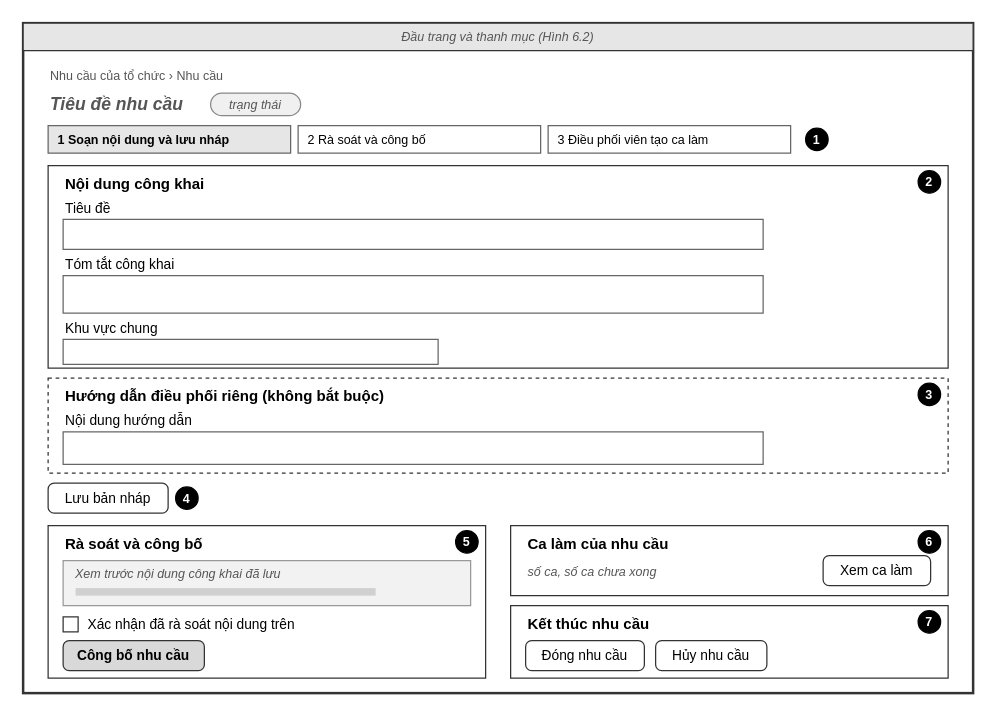
The draw.io diagram docs/giao_dien/drawio/M07_Nhu_cau.drawio in kanishere55/OOSD_NenTangDieuPhoi_TNV, before the edit. Source tidied: cells renumbered, new cells numbered last; positions are measured from the earlier drawing's top-left corner, leaving out a move shared by most shapes. Both pictures are drawn from the tidied source at 125%, with x=0, y=0 at pixel (22, 22).
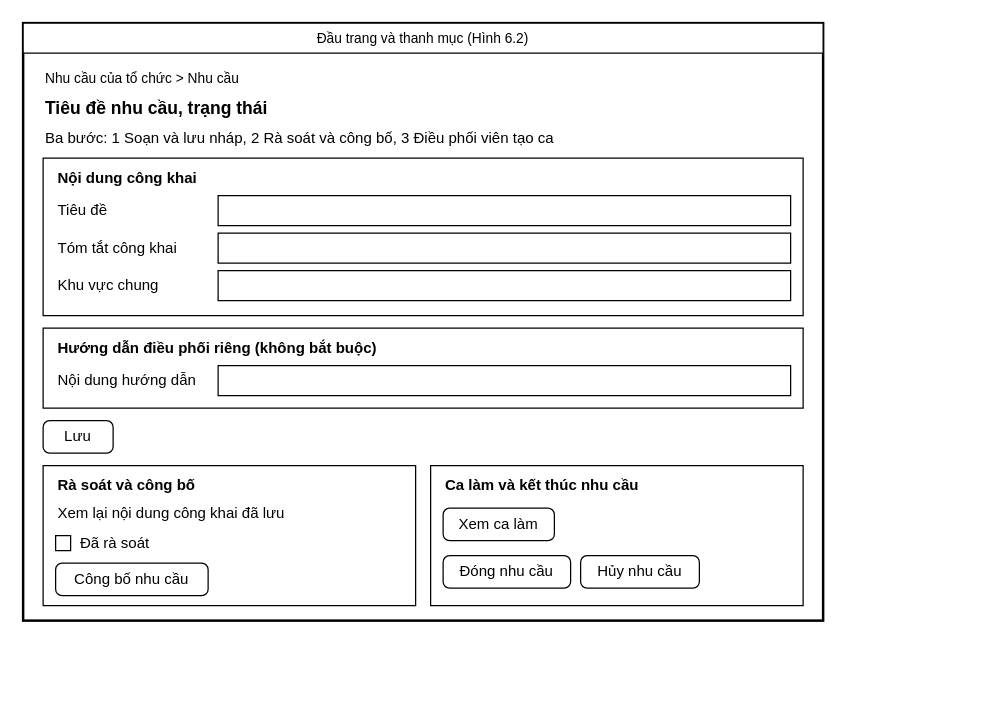
The same diagram, later.

The edit, as a diff of the source:
```diff
@@
-    <mxCell id="2" style="rounded=0;whiteSpace=wrap;html=1;fillColor=#ffffff;strokeColor=#333333;strokeWidth=2;" parent="1" vertex="1">
-      <mxGeometry width="760" height="536" as="geometry" />
+    <mxCell id="2" style="rounded=0;whiteSpace=wrap;html=1;fillColor=#ffffff;strokeColor=#000000;strokeWidth=2;" parent="1" vertex="1">
+      <mxGeometry width="640" height="478" as="geometry" />
     </mxCell>
-    <mxCell id="3" value="Đầu trang và thanh mục (Hình 6.2)" style="rounded=0;whiteSpace=wrap;html=1;fillColor=#e6e6e6;strokeColor=#333333;fontSize=10;fontStyle=2;fontColor=#555555;" parent="1" vertex="1">
-      <mxGeometry width="760" height="22" as="geometry" />
+    <mxCell id="3" value="Đầu trang và thanh mục (Hình 6.2)" style="rounded=0;whiteSpace=wrap;html=1;fillColor=#ffffff;strokeColor=#000000;fontColor=#000000;fontSize=11;align=center;" parent="1" vertex="1">
+      <mxGeometry width="640" height="24" as="geometry" />
     </mxCell>
-    <mxCell id="4" value="Nhu cầu của tổ chức  ›  Nhu cầu" style="text;html=1;strokeColor=none;fillColor=none;align=left;verticalAlign=middle;whiteSpace=wrap;rounded=0;fontSize=10;fontStyle=0;fontColor=#555555;" parent="1" vertex="1">
-      <mxGeometry x="20" y="34" width="500" height="16" as="geometry" />
+    <mxCell id="4" value="Nhu cầu của tổ chức &gt; Nhu cầu" style="text;html=1;strokeColor=none;fillColor=none;whiteSpace=wrap;verticalAlign=middle;fontColor=#000000;align=left;fontSize=11;fontStyle=0;" parent="1" vertex="1">
+      <mxGeometry x="16" y="34" width="400" height="20" as="geometry" />
     </mxCell>
-    <mxCell id="5" value="Tiêu đề nhu cầu" style="text;html=1;strokeColor=none;fillColor=none;align=left;verticalAlign=middle;whiteSpace=wrap;rounded=0;fontSize=14;fontStyle=3;fontColor=#555555;" parent="1" vertex="1">
-      <mxGeometry x="20" y="54" width="260" height="22" as="geometry" />
+    <mxCell id="5" value="Tiêu đề nhu cầu, trạng thái" style="text;html=1;strokeColor=none;fillColor=none;whiteSpace=wrap;verticalAlign=middle;fontColor=#000000;align=left;fontSize=14;fontStyle=1;" parent="1" vertex="1">
+      <mxGeometry x="16" y="56" width="400" height="24" as="geometry" />
     </mxCell>
-    <mxCell id="6" value="trạng thái" style="rounded=1;arcSize=50;whiteSpace=wrap;html=1;fontSize=10;fontStyle=2;fontColor=#555555;fillColor=#f0f0f0;strokeColor=#888888;" parent="1" vertex="1">
-      <mxGeometry x="150" y="56" width="72" height="18" as="geometry" />
+    <mxCell id="6" value="Ba bước: 1 Soạn và lưu nháp, 2 Rà soát và công bố, 3 Điều phối viên tạo ca" style="text;html=1;strokeColor=none;fillColor=none;whiteSpace=wrap;verticalAlign=middle;fontColor=#000000;align=left;fontSize=12;fontStyle=0;" parent="1" vertex="1">
+      <mxGeometry x="16" y="82" width="600" height="20" as="geometry" />
     </mxCell>
-    <mxCell id="7" style="rounded=0;arcSize=8;whiteSpace=wrap;html=1;fillColor=#e6e6e6;strokeColor=#666666;" parent="1" vertex="1">
-      <mxGeometry x="20" y="82" width="194" height="22" as="geometry" />
+    <mxCell id="7" style="rounded=0;whiteSpace=wrap;html=1;fillColor=#ffffff;strokeColor=#000000;fontColor=#000000;fontSize=12;align=center;" parent="1" vertex="1">
+      <mxGeometry x="16" y="108" width="608" height="126" as="geometry" />
     </mxCell>
-    <mxCell id="8" value="1  Soạn nội dung và lưu nháp" style="text;html=1;strokeColor=none;fillColor=none;align=left;verticalAlign=middle;whiteSpace=wrap;rounded=0;fontSize=10;fontStyle=1;fontColor=#000000;" parent="1" vertex="1">
-      <mxGeometry x="26" y="84" width="186" height="18" as="geometry" />
+    <mxCell id="8" value="Nội dung công khai" style="text;html=1;strokeColor=none;fillColor=none;whiteSpace=wrap;verticalAlign=middle;fontColor=#000000;align=left;fontSize=12;fontStyle=1;" parent="1" vertex="1">
+      <mxGeometry x="26" y="114" width="300" height="20" as="geometry" />
     </mxCell>
-    <mxCell id="9" style="rounded=0;arcSize=8;whiteSpace=wrap;html=1;fillColor=#ffffff;strokeColor=#666666;" parent="1" vertex="1">
-      <mxGeometry x="220" y="82" width="194" height="22" as="geometry" />
+    <mxCell id="9" value="Tiêu đề" style="text;html=1;strokeColor=none;fillColor=none;whiteSpace=wrap;verticalAlign=middle;fontColor=#000000;align=left;fontSize=12;fontStyle=0;" parent="1" vertex="1">
+      <mxGeometry x="26" y="138" width="130" height="24" as="geometry" />
     </mxCell>
-    <mxCell id="10" value="2  Rà soát và công bố" style="text;html=1;strokeColor=none;fillColor=none;align=left;verticalAlign=middle;whiteSpace=wrap;rounded=0;fontSize=10;fontStyle=0;fontColor=#000000;" parent="1" vertex="1">
-      <mxGeometry x="226" y="84" width="186" height="18" as="geometry" />
+    <mxCell id="10" style="rounded=0;whiteSpace=wrap;html=1;fillColor=#ffffff;strokeColor=#000000;fontColor=#000000;fontSize=12;align=center;" parent="1" vertex="1">
+      <mxGeometry x="156" y="138" width="458" height="24" as="geometry" />
     </mxCell>
-    <mxCell id="11" style="rounded=0;arcSize=8;whiteSpace=wrap;html=1;fillColor=#ffffff;strokeColor=#666666;" parent="1" vertex="1">
-      <mxGeometry x="420" y="82" width="194" height="22" as="geometry" />
+    <mxCell id="11" value="Tóm tắt công khai" style="text;html=1;strokeColor=none;fillColor=none;whiteSpace=wrap;verticalAlign=middle;fontColor=#000000;align=left;fontSize=12;fontStyle=0;" parent="1" vertex="1">
+      <mxGeometry x="26" y="168" width="130" height="24" as="geometry" />
     </mxCell>
-    <mxCell id="12" value="3  Điều phối viên tạo ca làm" style="text;html=1;strokeColor=none;fillColor=none;align=left;verticalAlign=middle;whiteSpace=wrap;rounded=0;fontSize=10;fontStyle=0;fontColor=#000000;" parent="1" vertex="1">
-      <mxGeometry x="426" y="84" width="186" height="18" as="geometry" />
+    <mxCell id="12" style="rounded=0;whiteSpace=wrap;html=1;fillColor=#ffffff;strokeColor=#000000;fontColor=#000000;fontSize=12;align=center;" parent="1" vertex="1">
+      <mxGeometry x="156" y="168" width="458" height="24" as="geometry" />
     </mxCell>
-    <mxCell id="13" value="1" style="ellipse;whiteSpace=wrap;html=1;fillColor=#000000;strokeColor=#000000;fontColor=#ffffff;fontSize=10;fontStyle=1;" parent="1" vertex="1">
-      <mxGeometry x="626" y="84" width="18" height="18" as="geometry" />
+    <mxCell id="13" value="Khu vực chung" style="text;html=1;strokeColor=none;fillColor=none;whiteSpace=wrap;verticalAlign=middle;fontColor=#000000;align=left;fontSize=12;fontStyle=0;" parent="1" vertex="1">
+      <mxGeometry x="26" y="198" width="130" height="24" as="geometry" />
     </mxCell>
-    <mxCell id="14" style="rounded=0;arcSize=8;whiteSpace=wrap;html=1;fillColor=#ffffff;strokeColor=#333333;" parent="1" vertex="1">
-      <mxGeometry x="20" y="114" width="720" height="162" as="geometry" />
+    <mxCell id="14" style="rounded=0;whiteSpace=wrap;html=1;fillColor=#ffffff;strokeColor=#000000;fontColor=#000000;fontSize=12;align=center;" parent="1" vertex="1">
+      <mxGeometry x="156" y="198" width="458" height="24" as="geometry" />
     </mxCell>
-    <mxCell id="15" value="Nội dung công khai" style="text;html=1;strokeColor=none;fillColor=none;align=left;verticalAlign=middle;whiteSpace=wrap;rounded=0;fontSize=12;fontStyle=1;fontColor=#000000;" parent="1" vertex="1">
-      <mxGeometry x="32" y="118" width="300" height="21" as="geometry" />
+    <mxCell id="15" style="rounded=0;whiteSpace=wrap;html=1;fillColor=#ffffff;strokeColor=#000000;fontColor=#000000;fontSize=12;align=center;" parent="1" vertex="1">
+      <mxGeometry x="16" y="244" width="608" height="64" as="geometry" />
     </mxCell>
-    <mxCell id="16" value="2" style="ellipse;whiteSpace=wrap;html=1;fillColor=#000000;strokeColor=#000000;fontColor=#ffffff;fontSize=10;fontStyle=1;" parent="1" vertex="1">
-      <mxGeometry x="716" y="118" width="18" height="18" as="geometry" />
+    <mxCell id="16" value="Hướng dẫn điều phối riêng (không bắt buộc)" style="text;html=1;strokeColor=none;fillColor=none;whiteSpace=wrap;verticalAlign=middle;fontColor=#000000;align=left;fontSize=12;fontStyle=1;" parent="1" vertex="1">
+      <mxGeometry x="26" y="250" width="400" height="20" as="geometry" />
     </mxCell>
-    <mxCell id="17" value="Tiêu đề" style="text;html=1;strokeColor=none;fillColor=none;align=left;verticalAlign=middle;whiteSpace=wrap;rounded=0;fontSize=11;fontStyle=0;fontColor=#000000;" parent="1" vertex="1">
-      <mxGeometry x="32" y="140" width="560" height="16" as="geometry" />
+    <mxCell id="17" value="Nội dung hướng dẫn" style="text;html=1;strokeColor=none;fillColor=none;whiteSpace=wrap;verticalAlign=middle;fontColor=#000000;align=left;fontSize=12;fontStyle=0;" parent="1" vertex="1">
+      <mxGeometry x="26" y="274" width="130" height="24" as="geometry" />
     </mxCell>
-    <mxCell id="18" style="rounded=0;whiteSpace=wrap;html=1;align=left;spacingLeft=6;fontSize=10;fontStyle=2;fontColor=#777777;fillColor=#ffffff;strokeColor=#666666;" parent="1" vertex="1">
-      <mxGeometry x="32" y="157" width="560" height="24" as="geometry" />
+    <mxCell id="18" style="rounded=0;whiteSpace=wrap;html=1;fillColor=#ffffff;strokeColor=#000000;fontColor=#000000;fontSize=12;align=center;" parent="1" vertex="1">
+      <mxGeometry x="156" y="274" width="458" height="24" as="geometry" />
     </mxCell>
-    <mxCell id="19" value="Tóm tắt công khai" style="text;html=1;strokeColor=none;fillColor=none;align=left;verticalAlign=middle;whiteSpace=wrap;rounded=0;fontSize=11;fontStyle=0;fontColor=#000000;" parent="1" vertex="1">
-      <mxGeometry x="32" y="185" width="560" height="16" as="geometry" />
+    <mxCell id="19" value="Lưu" style="rounded=1;arcSize=20;whiteSpace=wrap;html=1;fillColor=#ffffff;strokeColor=#000000;fontColor=#000000;fontSize=12;" parent="1" vertex="1">
+      <mxGeometry x="16" y="318" width="56" height="26" as="geometry" />
     </mxCell>
-    <mxCell id="20" style="rounded=0;whiteSpace=wrap;html=1;align=left;spacingLeft=6;fontSize=10;fontStyle=2;fontColor=#777777;fillColor=#ffffff;strokeColor=#666666;verticalAlign=top;spacingTop=4;" parent="1" vertex="1">
-      <mxGeometry x="32" y="202" width="560" height="30" as="geometry" />
+    <mxCell id="20" style="rounded=0;whiteSpace=wrap;html=1;fillColor=#ffffff;strokeColor=#000000;fontColor=#000000;fontSize=12;align=center;" parent="1" vertex="1">
+      <mxGeometry x="16" y="354" width="298" height="112" as="geometry" />
     </mxCell>
-    <mxCell id="21" value="Khu vực chung" style="text;html=1;strokeColor=none;fillColor=none;align=left;verticalAlign=middle;whiteSpace=wrap;rounded=0;fontSize=11;fontStyle=0;fontColor=#000000;" parent="1" vertex="1">
-      <mxGeometry x="32" y="236" width="300" height="16" as="geometry" />
+    <mxCell id="21" value="Rà soát và công bố" style="text;html=1;strokeColor=none;fillColor=none;whiteSpace=wrap;verticalAlign=middle;fontColor=#000000;align=left;fontSize=12;fontStyle=1;" parent="1" vertex="1">
+      <mxGeometry x="26" y="360" width="280" height="20" as="geometry" />
     </mxCell>
-    <mxCell id="22" style="rounded=0;whiteSpace=wrap;html=1;align=left;spacingLeft=6;fontSize=10;fontStyle=2;fontColor=#777777;fillColor=#ffffff;strokeColor=#666666;" parent="1" vertex="1">
-      <mxGeometry x="32" y="253" width="300" height="20" as="geometry" />
+    <mxCell id="22" value="Xem lại nội dung công khai đã lưu" style="text;html=1;strokeColor=none;fillColor=none;whiteSpace=wrap;verticalAlign=middle;fontColor=#000000;align=left;fontSize=12;fontStyle=0;" parent="1" vertex="1">
+      <mxGeometry x="26" y="382" width="280" height="20" as="geometry" />
     </mxCell>
-    <mxCell id="23" style="rounded=0;arcSize=8;whiteSpace=wrap;html=1;fillColor=#ffffff;strokeColor=#333333;dashed=1;" parent="1" vertex="1">
-      <mxGeometry x="20" y="284" width="720" height="76" as="geometry" />
+    <mxCell id="23" style="rounded=0;whiteSpace=wrap;html=1;fillColor=#ffffff;strokeColor=#000000;fontColor=#000000;fontSize=12;align=center;" parent="1" vertex="1">
+      <mxGeometry x="26" y="410" width="12" height="12" as="geometry" />
     </mxCell>
-    <mxCell id="24" value="Hướng dẫn điều phối riêng (không bắt buộc)" style="text;html=1;strokeColor=none;fillColor=none;align=left;verticalAlign=middle;whiteSpace=wrap;rounded=0;fontSize=12;fontStyle=1;fontColor=#000000;" parent="1" vertex="1">
-      <mxGeometry x="32" y="288" width="400" height="21" as="geometry" />
+    <mxCell id="24" value="Đã rà soát" style="text;html=1;strokeColor=none;fillColor=none;whiteSpace=wrap;verticalAlign=middle;fontColor=#000000;align=left;fontSize=12;fontStyle=0;" parent="1" vertex="1">
+      <mxGeometry x="44" y="406" width="252" height="20" as="geometry" />
     </mxCell>
-    <mxCell id="25" value="3" style="ellipse;whiteSpace=wrap;html=1;fillColor=#000000;strokeColor=#000000;fontColor=#ffffff;fontSize=10;fontStyle=1;" parent="1" vertex="1">
-      <mxGeometry x="716" y="288" width="18" height="18" as="geometry" />
+    <mxCell id="25" value="Công bố nhu cầu" style="rounded=1;arcSize=20;whiteSpace=wrap;html=1;fillColor=#ffffff;strokeColor=#000000;fontColor=#000000;fontSize=12;" parent="1" vertex="1">
+      <mxGeometry x="26" y="432" width="122" height="26" as="geometry" />
     </mxCell>
-    <mxCell id="26" value="Nội dung hướng dẫn" style="text;html=1;strokeColor=none;fillColor=none;align=left;verticalAlign=middle;whiteSpace=wrap;rounded=0;fontSize=11;fontStyle=0;fontColor=#000000;" parent="1" vertex="1">
-      <mxGeometry x="32" y="310" width="560" height="16" as="geometry" />
+    <mxCell id="26" style="rounded=0;whiteSpace=wrap;html=1;fillColor=#ffffff;strokeColor=#000000;fontColor=#000000;fontSize=12;align=center;" parent="1" vertex="1">
+      <mxGeometry x="326" y="354" width="298" height="112" as="geometry" />
     </mxCell>
-    <mxCell id="27" style="rounded=0;whiteSpace=wrap;html=1;align=left;spacingLeft=6;fontSize=10;fontStyle=2;fontColor=#777777;fillColor=#ffffff;strokeColor=#666666;" parent="1" vertex="1">
-      <mxGeometry x="32" y="327" width="560" height="26" as="geometry" />
+    <mxCell id="27" value="Ca làm và kết thúc nhu cầu" style="text;html=1;strokeColor=none;fillColor=none;whiteSpace=wrap;verticalAlign=middle;fontColor=#000000;align=left;fontSize=12;fontStyle=1;" parent="1" vertex="1">
+      <mxGeometry x="336" y="360" width="280" height="20" as="geometry" />
     </mxCell>
-    <mxCell id="28" value="Lưu bản nháp" style="rounded=1;arcSize=20;whiteSpace=wrap;html=1;fontSize=11;strokeColor=#333333;fillColor=#ffffff;" parent="1" vertex="1">
-      <mxGeometry x="20" y="368" width="96" height="24" as="geometry" />
+    <mxCell id="28" value="Xem ca làm" style="rounded=1;arcSize=20;whiteSpace=wrap;html=1;fillColor=#ffffff;strokeColor=#000000;fontColor=#000000;fontSize=12;" parent="1" vertex="1">
+      <mxGeometry x="336" y="388" width="89" height="26" as="geometry" />
     </mxCell>
-    <mxCell id="29" value="4" style="ellipse;whiteSpace=wrap;html=1;fillColor=#000000;strokeColor=#000000;fontColor=#ffffff;fontSize=10;fontStyle=1;" parent="1" vertex="1">
-      <mxGeometry x="122" y="371" width="18" height="18" as="geometry" />
+    <mxCell id="29" value="Đóng nhu cầu" style="rounded=1;arcSize=20;whiteSpace=wrap;html=1;fillColor=#ffffff;strokeColor=#000000;fontColor=#000000;fontSize=12;" parent="1" vertex="1">
+      <mxGeometry x="336" y="426" width="102" height="26" as="geometry" />
     </mxCell>
-    <mxCell id="30" style="rounded=0;arcSize=8;whiteSpace=wrap;html=1;fillColor=#ffffff;strokeColor=#333333;" parent="1" vertex="1">
-      <mxGeometry x="20" y="402" width="350" height="122" as="geometry" />
+    <mxCell id="30" value="Hủy nhu cầu" style="rounded=1;arcSize=20;whiteSpace=wrap;html=1;fillColor=#ffffff;strokeColor=#000000;fontColor=#000000;fontSize=12;" parent="1" vertex="1">
+      <mxGeometry x="446" y="426" width="95" height="26" as="geometry" />
     </mxCell>
-    <mxCell id="31" value="Rà soát và công bố" style="text;html=1;strokeColor=none;fillColor=none;align=left;verticalAlign=middle;whiteSpace=wrap;rounded=0;fontSize=12;fontStyle=1;fontColor=#000000;" parent="1" vertex="1">
-      <mxGeometry x="32" y="406" width="300" height="21" as="geometry" />
-    </mxCell>
-    <mxCell id="32" value="5" style="ellipse;whiteSpace=wrap;html=1;fillColor=#000000;strokeColor=#000000;fontColor=#ffffff;fontSize=10;fontStyle=1;" parent="1" vertex="1">
-      <mxGeometry x="346" y="406" width="18" height="18" as="geometry" />
-    </mxCell>
-    <mxCell id="33" style="rounded=0;arcSize=8;whiteSpace=wrap;html=1;fillColor=#f2f2f2;strokeColor=#999999;" parent="1" vertex="1">
-      <mxGeometry x="32" y="430" width="326" height="36" as="geometry" />
-    </mxCell>
-    <mxCell id="34" value="Xem trước nội dung công khai đã lưu" style="text;html=1;strokeColor=none;fillColor=none;align=left;verticalAlign=middle;whiteSpace=wrap;rounded=0;fontSize=10;fontStyle=2;fontColor=#555555;" parent="1" vertex="1">
-      <mxGeometry x="40" y="432" width="310" height="16" as="geometry" />
-    </mxCell>
-    <mxCell id="35" style="rounded=0;whiteSpace=wrap;html=1;fillColor=#d0d0d0;strokeColor=none;" parent="1" vertex="1">
-      <mxGeometry x="42" y="452" width="240" height="6" as="geometry" />
-    </mxCell>
-    <mxCell id="36" style="rounded=0;whiteSpace=wrap;html=1;fillColor=#ffffff;strokeColor=#333333;" parent="1" vertex="1">
-      <mxGeometry x="32" y="475" width="12" height="12" as="geometry" />
-    </mxCell>
-    <mxCell id="37" value="Xác nhận đã rà soát nội dung trên" style="text;html=1;strokeColor=none;fillColor=none;align=left;verticalAlign=middle;whiteSpace=wrap;rounded=0;fontSize=11;fontStyle=0;fontColor=#000000;" parent="1" vertex="1">
-      <mxGeometry x="50" y="472" width="302" height="18" as="geometry" />
-    </mxCell>
-    <mxCell id="38" value="Công bố nhu cầu" style="rounded=1;arcSize=20;whiteSpace=wrap;html=1;fontSize=11;strokeColor=#333333;fillColor=#d9d9d9;fontStyle=1;" parent="1" vertex="1">
-      <mxGeometry x="32" y="494" width="113" height="24" as="geometry" />
-    </mxCell>
-    <mxCell id="39" style="rounded=0;arcSize=8;whiteSpace=wrap;html=1;fillColor=#ffffff;strokeColor=#333333;" parent="1" vertex="1">
-      <mxGeometry x="390" y="402" width="350" height="56" as="geometry" />
-    </mxCell>
-    <mxCell id="40" value="Ca làm của nhu cầu" style="text;html=1;strokeColor=none;fillColor=none;align=left;verticalAlign=middle;whiteSpace=wrap;rounded=0;fontSize=12;fontStyle=1;fontColor=#000000;" parent="1" vertex="1">
-      <mxGeometry x="402" y="406" width="200" height="21" as="geometry" />
-    </mxCell>
-    <mxCell id="41" value="6" style="ellipse;whiteSpace=wrap;html=1;fillColor=#000000;strokeColor=#000000;fontColor=#ffffff;fontSize=10;fontStyle=1;" parent="1" vertex="1">
-      <mxGeometry x="716" y="406" width="18" height="18" as="geometry" />
-    </mxCell>
-    <mxCell id="42" value="số ca, số ca chưa xong" style="text;html=1;strokeColor=none;fillColor=none;align=left;verticalAlign=middle;whiteSpace=wrap;rounded=0;fontSize=10;fontStyle=2;fontColor=#555555;" parent="1" vertex="1">
-      <mxGeometry x="402" y="430" width="200" height="18" as="geometry" />
-    </mxCell>
-    <mxCell id="43" value="Xem ca làm" style="rounded=1;arcSize=20;whiteSpace=wrap;html=1;fontSize=11;strokeColor=#333333;fillColor=#ffffff;" parent="1" vertex="1">
-      <mxGeometry x="640" y="426" width="86" height="24" as="geometry" />
-    </mxCell>
-    <mxCell id="44" style="rounded=0;arcSize=8;whiteSpace=wrap;html=1;fillColor=#ffffff;strokeColor=#333333;" parent="1" vertex="1">
-      <mxGeometry x="390" y="466" width="350" height="58" as="geometry" />
-    </mxCell>
-    <mxCell id="45" value="Kết thúc nhu cầu" style="text;html=1;strokeColor=none;fillColor=none;align=left;verticalAlign=middle;whiteSpace=wrap;rounded=0;fontSize=12;fontStyle=1;fontColor=#000000;" parent="1" vertex="1">
-      <mxGeometry x="402" y="470" width="200" height="21" as="geometry" />
-    </mxCell>
-    <mxCell id="46" value="7" style="ellipse;whiteSpace=wrap;html=1;fillColor=#000000;strokeColor=#000000;fontColor=#ffffff;fontSize=10;fontStyle=1;" parent="1" vertex="1">
-      <mxGeometry x="716" y="470" width="18" height="18" as="geometry" />
-    </mxCell>
-    <mxCell id="47" value="Đóng nhu cầu" style="rounded=1;arcSize=20;whiteSpace=wrap;html=1;fontSize=11;strokeColor=#333333;fillColor=#ffffff;" parent="1" vertex="1">
-      <mxGeometry x="402" y="494" width="95" height="24" as="geometry" />
-    </mxCell>
-    <mxCell id="48" value="Hủy nhu cầu" style="rounded=1;arcSize=20;whiteSpace=wrap;html=1;fontSize=11;strokeColor=#333333;fillColor=#ffffff;" parent="1" vertex="1">
-      <mxGeometry x="506" y="494" width="89" height="24" as="geometry" />
-    </mxCell>
```
